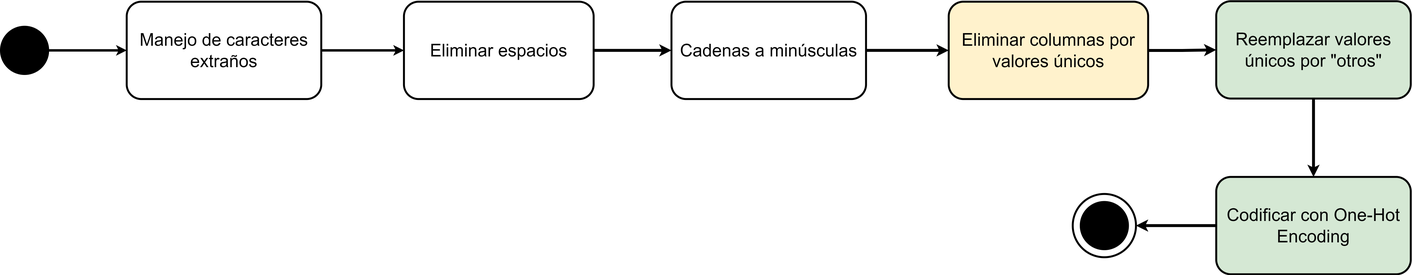
Above: figuras/capi 2/preprocesado/string preprocs.drawio.png in jennyanez/thesis-automl (draw.io), before the change. Source tidied: cells renumbered, new cells last; positions are measured from the earlier drawing's top-left corner, leaving out a move shared by most shapes. Source of this version:
```xml
<mxGraphModel>
  <root>
    <mxCell id="0" />
    <mxCell id="1" parent="0" />
    <mxCell id="2" style="edgeStyle=orthogonalEdgeStyle;rounded=0;jettySize=auto;html=1;strokeWidth=5;" parent="1" edge="1" source="3" target="5">
      <mxGeometry relative="1" as="geometry" />
    </mxCell>
    <mxCell id="3" style="ellipse;whiteSpace=wrap;html=1;fillColor=#000000;gradientColor=default;" parent="1" vertex="1">
      <mxGeometry y="51" width="100" height="100" as="geometry" />
    </mxCell>
    <mxCell id="4" style="edgeStyle=orthogonalEdgeStyle;rounded=0;jettySize=auto;html=1;strokeWidth=5;" parent="1" edge="1" source="5" target="7">
      <mxGeometry relative="1" as="geometry" />
    </mxCell>
    <mxCell id="5" value="&lt;font style=&quot;font-size: 36px;&quot;&gt;Manejo de caracteres extraños&lt;/font&gt;" style="rounded=1;whiteSpace=wrap;html=1;fillColor=none;gradientColor=default;strokeWidth=4;" parent="1" vertex="1">
      <mxGeometry x="260" y="1" width="400" height="200" as="geometry" />
    </mxCell>
    <mxCell id="6" style="edgeStyle=orthogonalEdgeStyle;rounded=0;jettySize=auto;html=1;strokeWidth=6;" parent="1" edge="1" source="7" target="9">
      <mxGeometry relative="1" as="geometry" />
    </mxCell>
    <mxCell id="7" value="&lt;font style=&quot;font-size: 36px;&quot;&gt;Eliminar espacios&lt;/font&gt;" style="whiteSpace=wrap;html=1;fillColor=none;rounded=1;gradientColor=default;strokeWidth=4;" parent="1" vertex="1">
      <mxGeometry x="830" y="1" width="390" height="200" as="geometry" />
    </mxCell>
    <mxCell id="8" style="edgeStyle=orthogonalEdgeStyle;rounded=0;jettySize=auto;html=1;strokeWidth=6;" parent="1" edge="1" source="9" target="11">
      <mxGeometry relative="1" as="geometry" />
    </mxCell>
    <mxCell id="9" value="&lt;font style=&quot;font-size: 36px;&quot;&gt;Cadenas a minúsculas&lt;/font&gt;" style="whiteSpace=wrap;html=1;fillColor=none;rounded=1;gradientColor=default;strokeWidth=4;" parent="1" vertex="1">
      <mxGeometry x="1380" y="1" width="400" height="200" as="geometry" />
    </mxCell>
    <mxCell id="10" style="edgeStyle=orthogonalEdgeStyle;rounded=0;jettySize=auto;html=1;strokeWidth=6;" parent="1" edge="1" source="11" target="13">
      <mxGeometry relative="1" as="geometry" />
    </mxCell>
    <mxCell id="11" value="&lt;font style=&quot;font-size: 36px;&quot;&gt;Eliminar columnas por valores únicos&lt;/font&gt;" style="whiteSpace=wrap;html=1;fillColor=#fff2cc;rounded=1;strokeWidth=4;strokeColor=default;" parent="1" vertex="1">
      <mxGeometry x="1950" y="1" width="410" height="200" as="geometry" />
    </mxCell>
    <mxCell id="12" style="edgeStyle=orthogonalEdgeStyle;rounded=0;jettySize=auto;html=1;strokeWidth=6;" parent="1" edge="1" source="13" target="15">
      <mxGeometry relative="1" as="geometry" />
    </mxCell>
    <mxCell id="13" value="&lt;font style=&quot;font-size: 36px;&quot;&gt;Reemplazar valores únicos por &quot;otros&quot;&lt;/font&gt;" style="whiteSpace=wrap;html=1;fillColor=#d5e8d4;rounded=1;strokeWidth=4;strokeColor=default;" parent="1" vertex="1">
      <mxGeometry x="2500" width="400" height="200" as="geometry" />
    </mxCell>
    <mxCell id="14" style="edgeStyle=orthogonalEdgeStyle;rounded=0;jettySize=auto;html=1;exitX=0;exitY=0.5;exitDx=0;exitDy=0;entryX=1;entryY=0.5;entryDx=0;entryDy=0;strokeWidth=6;" parent="1" edge="1" source="15" target="17">
      <mxGeometry relative="1" as="geometry" />
    </mxCell>
    <mxCell id="15" value="&lt;font style=&quot;font-size: 36px;&quot;&gt;Codificar con One-Hot Encoding&lt;/font&gt;" style="whiteSpace=wrap;html=1;fillColor=#d5e8d4;rounded=1;strokeWidth=4;strokeColor=default;" parent="1" vertex="1">
      <mxGeometry x="2500" y="361" width="400" height="200" as="geometry" />
    </mxCell>
    <mxCell id="16" style="ellipse;whiteSpace=wrap;html=1;fillColor=#000000;gradientColor=default;" parent="1" vertex="1">
      <mxGeometry x="2220" y="411" width="100" height="100" as="geometry" />
    </mxCell>
    <mxCell id="17" style="ellipse;whiteSpace=wrap;html=1;fillColor=none;strokeWidth=4;" parent="1" vertex="1">
      <mxGeometry x="2205" y="396" width="130" height="130" as="geometry" />
    </mxCell>
  </root>
</mxGraphModel>
```
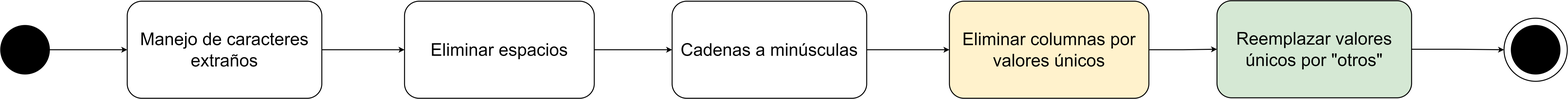
The same file after the commit.

Diff of the diagram source:
```diff
@@ -2,53 +2,47 @@
   <root>
     <mxCell id="0" />
     <mxCell id="1" parent="0" />
-    <mxCell id="2" style="edgeStyle=orthogonalEdgeStyle;rounded=0;jettySize=auto;html=1;strokeWidth=5;" parent="1" edge="1" source="3" target="5">
+    <mxCell id="2" style="edgeStyle=orthogonalEdgeStyle;rounded=0;jettySize=auto;html=1;strokeWidth=2;" parent="1" edge="1" source="3" target="5">
       <mxGeometry relative="1" as="geometry" />
     </mxCell>
-    <mxCell id="3" style="ellipse;whiteSpace=wrap;html=1;fillColor=#000000;gradientColor=default;" parent="1" vertex="1">
+    <mxCell id="3" style="ellipse;whiteSpace=wrap;html=1;fillColor=#000000;gradientColor=default;strokeWidth=2;" parent="1" vertex="1">
       <mxGeometry y="51" width="100" height="100" as="geometry" />
     </mxCell>
-    <mxCell id="4" style="edgeStyle=orthogonalEdgeStyle;rounded=0;jettySize=auto;html=1;strokeWidth=5;" parent="1" edge="1" source="5" target="7">
+    <mxCell id="4" style="edgeStyle=orthogonalEdgeStyle;rounded=0;jettySize=auto;html=1;strokeWidth=2;" parent="1" edge="1" source="5" target="7">
       <mxGeometry relative="1" as="geometry" />
     </mxCell>
-    <mxCell id="5" value="&lt;font style=&quot;font-size: 36px;&quot;&gt;Manejo de caracteres extraños&lt;/font&gt;" style="rounded=1;whiteSpace=wrap;html=1;fillColor=none;gradientColor=default;strokeWidth=4;" parent="1" vertex="1">
+    <mxCell id="5" value="&lt;font style=&quot;font-size: 36px;&quot;&gt;Manejo de caracteres extraños&lt;/font&gt;" style="rounded=1;whiteSpace=wrap;html=1;fillColor=none;gradientColor=default;strokeWidth=2;" parent="1" vertex="1">
       <mxGeometry x="260" y="1" width="400" height="200" as="geometry" />
     </mxCell>
-    <mxCell id="6" style="edgeStyle=orthogonalEdgeStyle;rounded=0;jettySize=auto;html=1;strokeWidth=6;" parent="1" edge="1" source="7" target="9">
+    <mxCell id="6" style="edgeStyle=orthogonalEdgeStyle;rounded=0;jettySize=auto;html=1;strokeWidth=2;" parent="1" edge="1" source="7" target="9">
       <mxGeometry relative="1" as="geometry" />
     </mxCell>
-    <mxCell id="7" value="&lt;font style=&quot;font-size: 36px;&quot;&gt;Eliminar espacios&lt;/font&gt;" style="whiteSpace=wrap;html=1;fillColor=none;rounded=1;gradientColor=default;strokeWidth=4;" parent="1" vertex="1">
+    <mxCell id="7" value="&lt;font style=&quot;font-size: 36px;&quot;&gt;Eliminar espacios&lt;/font&gt;" style="whiteSpace=wrap;html=1;fillColor=none;rounded=1;gradientColor=default;strokeWidth=2;" parent="1" vertex="1">
       <mxGeometry x="830" y="1" width="390" height="200" as="geometry" />
     </mxCell>
-    <mxCell id="8" style="edgeStyle=orthogonalEdgeStyle;rounded=0;jettySize=auto;html=1;strokeWidth=6;" parent="1" edge="1" source="9" target="11">
+    <mxCell id="8" style="edgeStyle=orthogonalEdgeStyle;rounded=0;jettySize=auto;html=1;strokeWidth=2;" parent="1" edge="1" source="9" target="11">
       <mxGeometry relative="1" as="geometry" />
     </mxCell>
-    <mxCell id="9" value="&lt;font style=&quot;font-size: 36px;&quot;&gt;Cadenas a minúsculas&lt;/font&gt;" style="whiteSpace=wrap;html=1;fillColor=none;rounded=1;gradientColor=default;strokeWidth=4;" parent="1" vertex="1">
+    <mxCell id="9" value="&lt;font style=&quot;font-size: 36px;&quot;&gt;Cadenas a minúsculas&lt;/font&gt;" style="whiteSpace=wrap;html=1;fillColor=none;rounded=1;gradientColor=default;strokeWidth=2;" parent="1" vertex="1">
       <mxGeometry x="1380" y="1" width="400" height="200" as="geometry" />
     </mxCell>
-    <mxCell id="10" style="edgeStyle=orthogonalEdgeStyle;rounded=0;jettySize=auto;html=1;strokeWidth=6;" parent="1" edge="1" source="11" target="13">
+    <mxCell id="10" style="edgeStyle=orthogonalEdgeStyle;rounded=0;jettySize=auto;html=1;strokeWidth=2;" parent="1" edge="1" source="11" target="13">
       <mxGeometry relative="1" as="geometry" />
     </mxCell>
-    <mxCell id="11" value="&lt;font style=&quot;font-size: 36px;&quot;&gt;Eliminar columnas por valores únicos&lt;/font&gt;" style="whiteSpace=wrap;html=1;fillColor=#fff2cc;rounded=1;strokeWidth=4;strokeColor=default;" parent="1" vertex="1">
+    <mxCell id="11" value="&lt;font style=&quot;font-size: 36px;&quot;&gt;Eliminar columnas por valores únicos&lt;/font&gt;" style="whiteSpace=wrap;html=1;fillColor=#fff2cc;rounded=1;strokeWidth=2;strokeColor=default;" parent="1" vertex="1">
       <mxGeometry x="1950" y="1" width="410" height="200" as="geometry" />
     </mxCell>
-    <mxCell id="12" style="edgeStyle=orthogonalEdgeStyle;rounded=0;jettySize=auto;html=1;strokeWidth=6;" parent="1" edge="1" source="13" target="15">
-      <mxGeometry relative="1" as="geometry" />
-    </mxCell>
+    <mxCell id="18" style="edgeStyle=orthogonalEdgeStyle;rounded=0;jettySize=auto;html=1;exitX=1;exitY=0.5;exitDx=0;exitDy=0;entryX=0;entryY=0.5;entryDx=0;entryDy=0;strokeWidth=2;" parent="1" edge="1" source="13" target="17">
+      <mxGeometry relative="1" as="geometry" />
+    </mxCell>
-    <mxCell id="13" value="&lt;font style=&quot;font-size: 36px;&quot;&gt;Reemplazar valores únicos por &quot;otros&quot;&lt;/font&gt;" style="whiteSpace=wrap;html=1;fillColor=#d5e8d4;rounded=1;strokeWidth=4;strokeColor=default;" parent="1" vertex="1">
+    <mxCell id="13" value="&lt;font style=&quot;font-size: 36px;&quot;&gt;Reemplazar valores únicos por &quot;otros&quot;&lt;/font&gt;" style="whiteSpace=wrap;html=1;fillColor=#d5e8d4;rounded=1;strokeWidth=2;strokeColor=default;" parent="1" vertex="1">
       <mxGeometry x="2500" width="400" height="200" as="geometry" />
     </mxCell>
-    <mxCell id="14" style="edgeStyle=orthogonalEdgeStyle;rounded=0;jettySize=auto;html=1;exitX=0;exitY=0.5;exitDx=0;exitDy=0;entryX=1;entryY=0.5;entryDx=0;entryDy=0;strokeWidth=6;" parent="1" edge="1" source="15" target="17">
-      <mxGeometry relative="1" as="geometry" />
-    </mxCell>
-    <mxCell id="15" value="&lt;font style=&quot;font-size: 36px;&quot;&gt;Codificar con One-Hot Encoding&lt;/font&gt;" style="whiteSpace=wrap;html=1;fillColor=#d5e8d4;rounded=1;strokeWidth=4;strokeColor=default;" parent="1" vertex="1">
-      <mxGeometry x="2500" y="361" width="400" height="200" as="geometry" />
-    </mxCell>
-    <mxCell id="16" style="ellipse;whiteSpace=wrap;html=1;fillColor=#000000;gradientColor=default;" parent="1" vertex="1">
-      <mxGeometry x="2220" y="411" width="100" height="100" as="geometry" />
+    <mxCell id="16" style="ellipse;whiteSpace=wrap;html=1;fillColor=#000000;gradientColor=default;strokeWidth=2;" parent="1" vertex="1">
+      <mxGeometry x="3105" y="51" width="100" height="100" as="geometry" />
     </mxCell>
-    <mxCell id="17" style="ellipse;whiteSpace=wrap;html=1;fillColor=none;strokeWidth=4;" parent="1" vertex="1">
-      <mxGeometry x="2205" y="396" width="130" height="130" as="geometry" />
+    <mxCell id="17" style="ellipse;whiteSpace=wrap;html=1;fillColor=none;strokeWidth=2;" parent="1" vertex="1">
+      <mxGeometry x="3090" y="36" width="130" height="130" as="geometry" />
     </mxCell>
   </root>
 </mxGraphModel>
```
